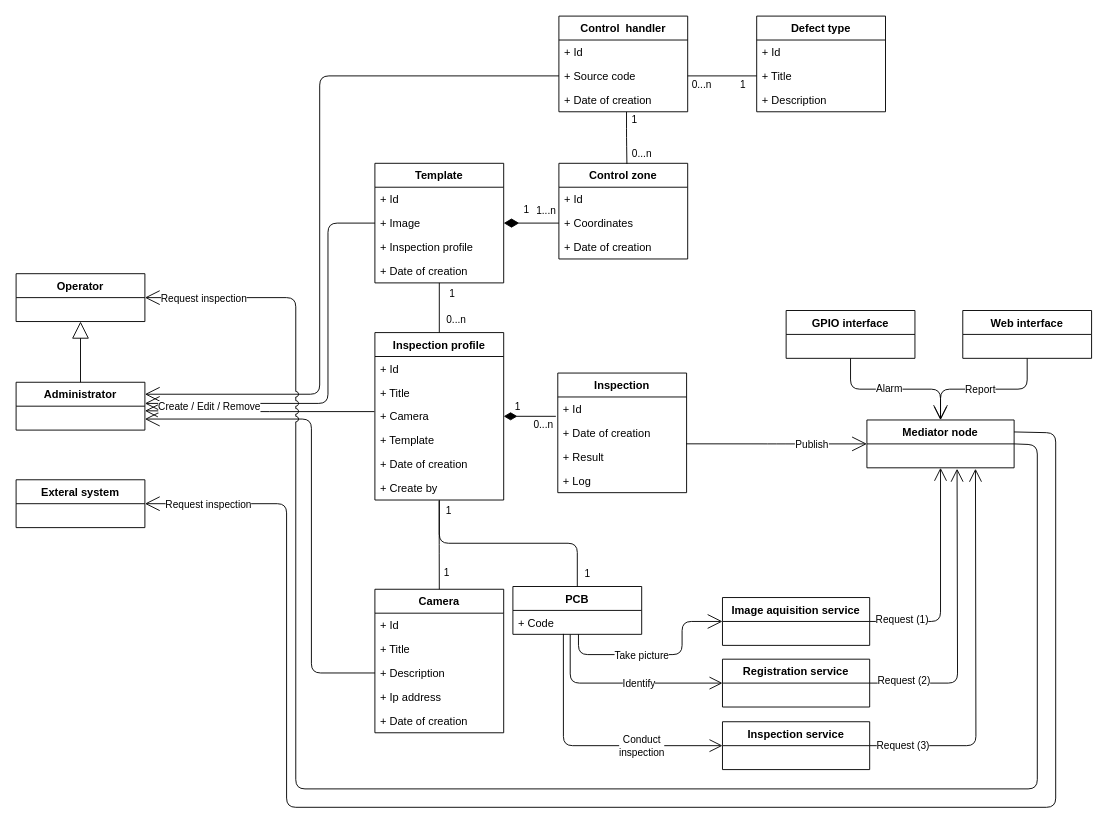
Before: page "Domain model" (6 of 8) of design.drawio in Edson-source/open-aoi, a draw.io diagram. Source tidied: cells renumbered, new cells numbered last; positions are measured from the earlier drawing's top-left corner, leaving out a move shared by most shapes. Both pictures are drawn from the tidied source at 92%, with x=0, y=0 at pixel (16, 16).
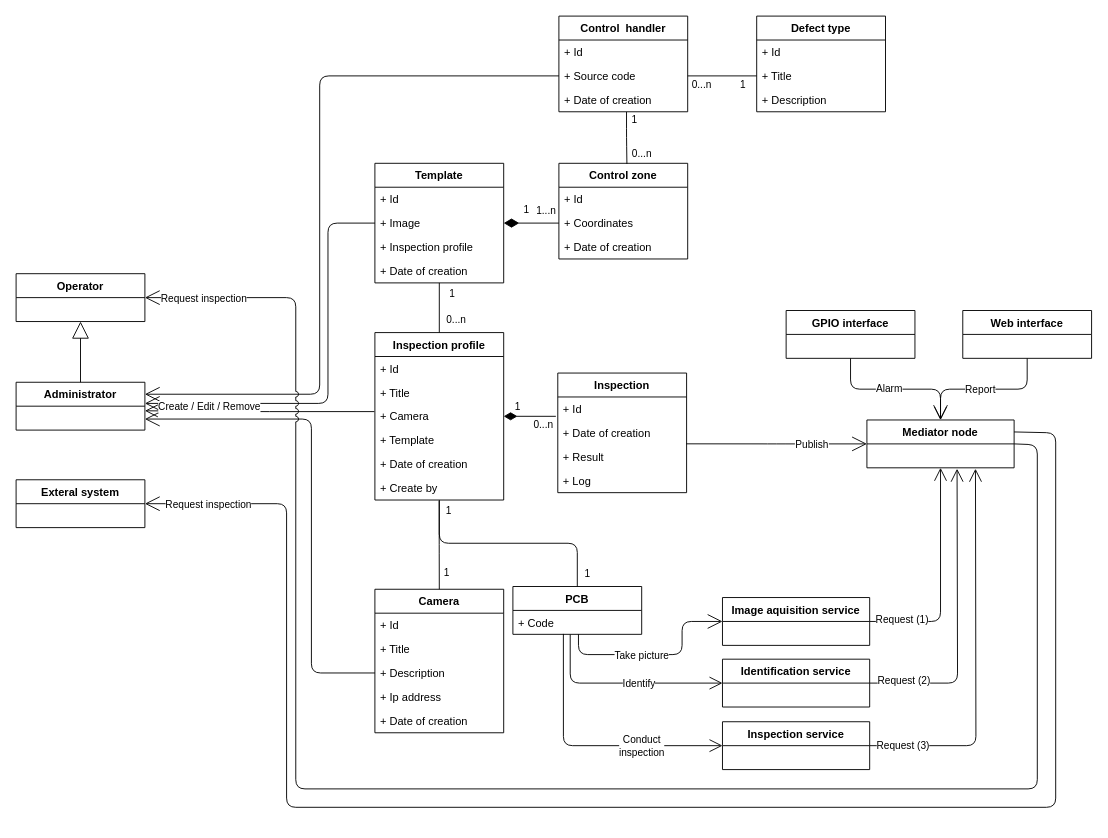
Above is the later version.

Change to the diagram source:
```diff
@@
-    <mxCell id="65" value="Registration service" style="swimlane;fontStyle=1;horizontal=1;startSize=26;fillColor=none;" parent="1" vertex="1">
+    <mxCell id="65" value="Identification service" style="swimlane;fontStyle=1;horizontal=1;startSize=26;fillColor=none;" parent="1" vertex="1">
       <mxGeometry x="767.8" y="699" width="160" height="52" as="geometry" />
     </mxCell>
```
